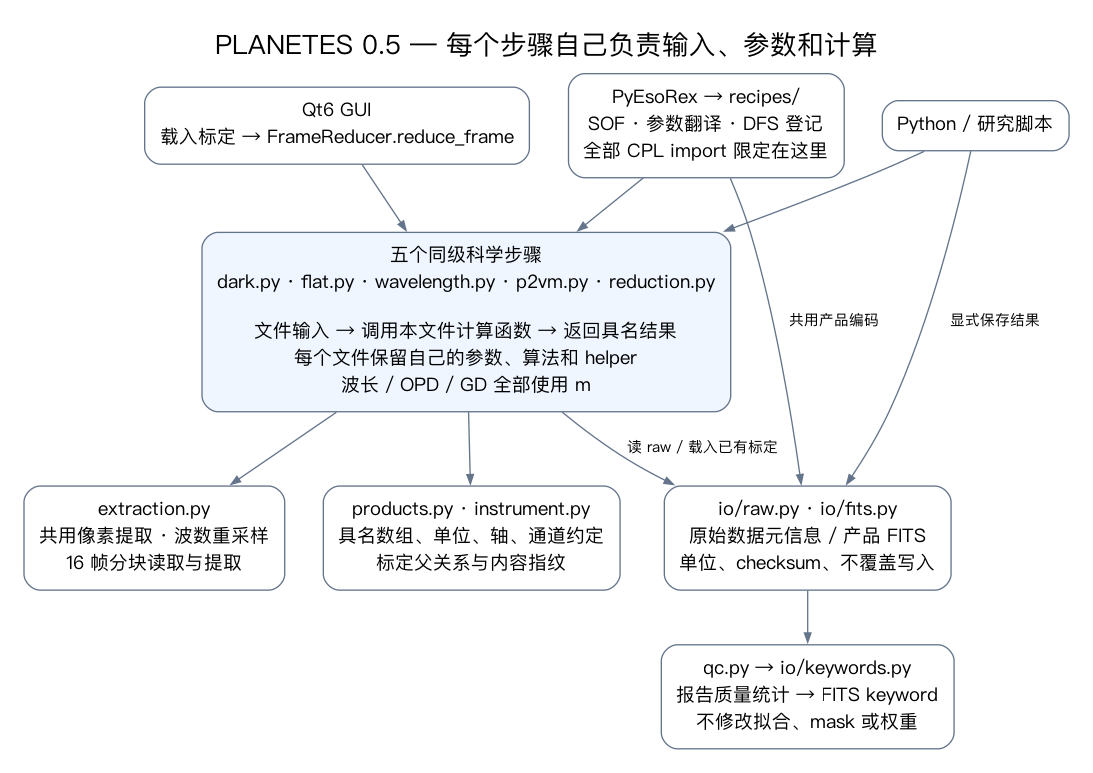
This is docs/architecture.png from zexwu/planetes_pipe, a Graphviz export, as it was before one commit. Its source is kept beside it as docs/architecture.dot.
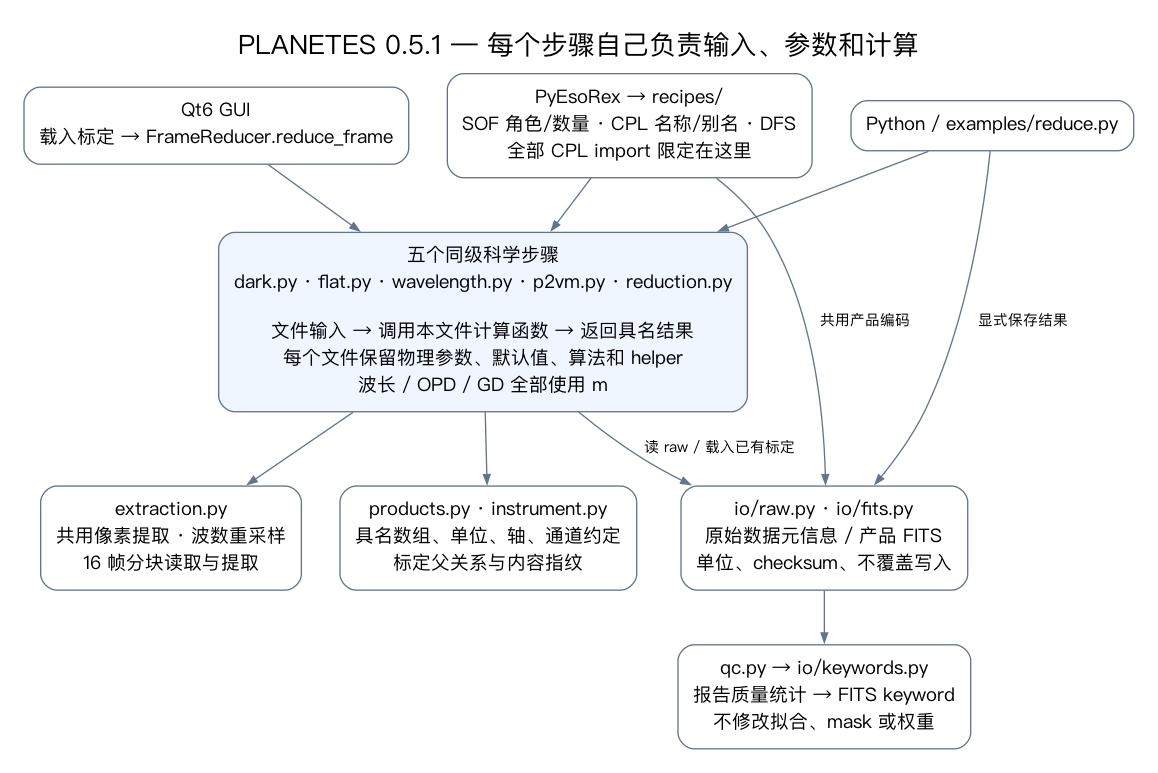
After the change.

The edit, as a diff of the source:
```diff
@@ -1,11 +1,11 @@
 digraph Architecture {
-  graph [rankdir=TB, bgcolor="white", pad=0.25, nodesep=0.4, ranksep=0.55, fontname="PingFang SC", fontsize=20, label="PLANETES 0.5 — 每个步骤自己负责输入、参数和计算", labelloc=t];
+  graph [rankdir=TB, bgcolor="white", pad=0.25, nodesep=0.4, ranksep=0.55, fontname="PingFang SC", fontsize=20, label="PLANETES 0.5.1 — 每个步骤自己负责输入、参数和计算", labelloc=t];
   node [shape=box, style="rounded", fontname="PingFang SC", fontsize=14, color="#64748b", margin="0.16,0.12"];
   edge [fontname="PingFang SC", fontsize=11, color="#64748b", arrowsize=0.7];
-  python [label="Python / 研究脚本"];
-  recipes [label="PyEsoRex → recipes/\nSOF · 参数翻译 · DFS 登记\n全部 CPL import 限定在这里"];
+  python [label="Python / examples/reduce.py"];
+  recipes [label="PyEsoRex → recipes/\nSOF 角色/数量 · CPL 名称/别名 · DFS\n全部 CPL import 限定在这里"];
   gui [label="Qt6 GUI\n载入标定 → FrameReducer.reduce_frame"];
-  steps [label="五个同级科学步骤\ndark.py · flat.py · wavelength.py · p2vm.py · reduction.py\n\n文件输入 → 调用本文件计算函数 → 返回具名结果\n每个文件保留自己的参数、算法和 helper\n波长 / OPD / GD 全部使用 m", style="rounded,filled", fillcolor="#eff6ff"];
+  steps [label="五个同级科学步骤\ndark.py · flat.py · wavelength.py · p2vm.py · reduction.py\n\n文件输入 → 调用本文件计算函数 → 返回具名结果\n每个文件保留物理参数、默认值、算法和 helper\n波长 / OPD / GD 全部使用 m", style="rounded,filled", fillcolor="#eff6ff"];
   extraction [label="extraction.py\n共用像素提取 · 波数重采样\n16 帧分块读取与提取"];
   io [label="io/raw.py · io/fits.py\n原始数据元信息 / 产品 FITS\n单位、checksum、不覆盖写入"];
   products [label="products.py · instrument.py\n具名数组、单位、轴、通道约定\n标定父关系与内容指纹"];
```
